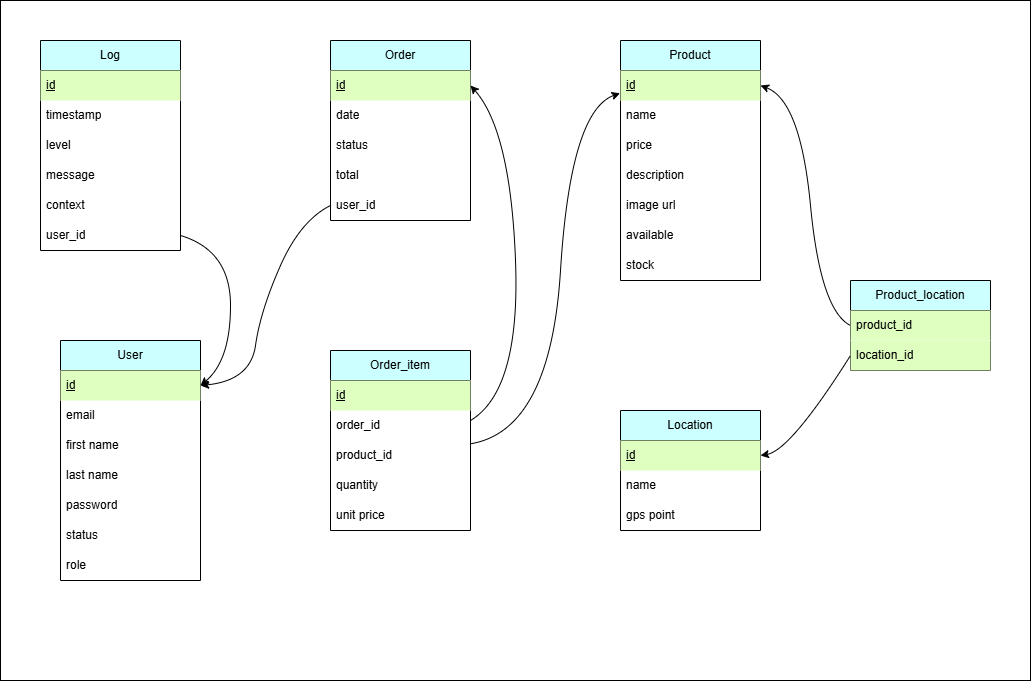
Above: documents/Apothéose/merise/mld/MLD_GreenRoots.drawio.png in Salyarket/GreenRoots-Conception (draw.io), before the change. Source tidied: cells renumbered, new cells last; positions are measured from the earlier drawing's top-left corner, leaving out a move shared by most shapes. Source of this version:
```xml
<mxGraphModel>
  <root>
    <mxCell id="0" />
    <mxCell id="1" parent="0" />
    <mxCell id="2" style="rounded=0;whiteSpace=wrap;html=1;" parent="1" vertex="1">
      <mxGeometry width="1030" height="680" as="geometry" />
    </mxCell>
    <mxCell id="3" value="User" style="swimlane;fontStyle=0;horizontal=1;startSize=30;whiteSpace=wrap;html=1;fillColor=#CCFFFF;" parent="1" vertex="1">
      <mxGeometry x="60" y="340" width="140" height="240" as="geometry" />
    </mxCell>
    <mxCell id="4" value="&lt;u&gt;id&lt;/u&gt;" style="text;strokeColor=none;fillColor=#DFFFC0;align=left;verticalAlign=middle;spacingLeft=4;spacingRight=4;overflow=hidden;points=[[0,0.5],[1,0.5]];portConstraint=eastwest;whiteSpace=wrap;html=1;" parent="3" vertex="1">
      <mxGeometry y="30" width="140" height="30" as="geometry" />
    </mxCell>
    <mxCell id="5" value="email" style="text;strokeColor=none;fillColor=none;align=left;verticalAlign=middle;spacingLeft=4;spacingRight=4;overflow=hidden;whiteSpace=wrap;html=1;" parent="3" vertex="1">
      <mxGeometry y="60" width="140" height="30" as="geometry" />
    </mxCell>
    <mxCell id="6" value="first name" style="text;strokeColor=none;fillColor=none;align=left;verticalAlign=middle;spacingLeft=4;spacingRight=4;overflow=hidden;whiteSpace=wrap;html=1;" parent="3" vertex="1">
      <mxGeometry y="90" width="140" height="30" as="geometry" />
    </mxCell>
    <mxCell id="7" value="last name" style="text;strokeColor=none;fillColor=none;align=left;verticalAlign=middle;spacingLeft=4;spacingRight=4;overflow=hidden;whiteSpace=wrap;html=1;" parent="3" vertex="1">
      <mxGeometry y="120" width="140" height="30" as="geometry" />
    </mxCell>
    <mxCell id="8" value="password" style="text;strokeColor=none;fillColor=none;align=left;verticalAlign=middle;spacingLeft=4;spacingRight=4;overflow=hidden;whiteSpace=wrap;html=1;" parent="3" vertex="1">
      <mxGeometry y="150" width="140" height="30" as="geometry" />
    </mxCell>
    <mxCell id="9" value="status" style="text;strokeColor=none;fillColor=none;align=left;verticalAlign=middle;spacingLeft=4;spacingRight=4;overflow=hidden;whiteSpace=wrap;html=1;" parent="3" vertex="1">
      <mxGeometry y="180" width="140" height="30" as="geometry" />
    </mxCell>
    <mxCell id="10" value="role" style="text;strokeColor=none;fillColor=none;align=left;verticalAlign=middle;spacingLeft=4;spacingRight=4;overflow=hidden;whiteSpace=wrap;html=1;" parent="3" vertex="1">
      <mxGeometry y="210" width="140" height="30" as="geometry" />
    </mxCell>
    <mxCell id="11" value="Product" style="swimlane;fontStyle=0;horizontal=1;startSize=30;whiteSpace=wrap;html=1;fillColor=#CCFFFF;" parent="1" vertex="1">
      <mxGeometry x="620" y="40" width="140" height="240" as="geometry" />
    </mxCell>
    <mxCell id="12" value="&lt;u&gt;id&lt;/u&gt;" style="text;strokeColor=none;fillColor=#DFFFC0;align=left;verticalAlign=middle;spacingLeft=4;spacingRight=4;overflow=hidden;points=[[0,0.5],[1,0.5]];portConstraint=eastwest;whiteSpace=wrap;html=1;" parent="11" vertex="1">
      <mxGeometry y="30" width="140" height="30" as="geometry" />
    </mxCell>
    <mxCell id="13" value="name" style="text;strokeColor=none;fillColor=none;align=left;verticalAlign=middle;spacingLeft=4;spacingRight=4;overflow=hidden;whiteSpace=wrap;html=1;" parent="11" vertex="1">
      <mxGeometry y="60" width="140" height="30" as="geometry" />
    </mxCell>
    <mxCell id="14" value="price" style="text;strokeColor=none;fillColor=none;align=left;verticalAlign=middle;spacingLeft=4;spacingRight=4;overflow=hidden;whiteSpace=wrap;html=1;" parent="11" vertex="1">
      <mxGeometry y="90" width="140" height="30" as="geometry" />
    </mxCell>
    <mxCell id="15" value="description" style="text;strokeColor=none;fillColor=none;align=left;verticalAlign=middle;spacingLeft=4;spacingRight=4;overflow=hidden;whiteSpace=wrap;html=1;" parent="11" vertex="1">
      <mxGeometry y="120" width="140" height="30" as="geometry" />
    </mxCell>
    <mxCell id="16" value="image url" style="text;strokeColor=none;fillColor=none;align=left;verticalAlign=middle;spacingLeft=4;spacingRight=4;overflow=hidden;whiteSpace=wrap;html=1;" parent="11" vertex="1">
      <mxGeometry y="150" width="140" height="30" as="geometry" />
    </mxCell>
    <mxCell id="17" value="available" style="text;strokeColor=none;fillColor=none;align=left;verticalAlign=middle;spacingLeft=4;spacingRight=4;overflow=hidden;whiteSpace=wrap;html=1;" parent="11" vertex="1">
      <mxGeometry y="180" width="140" height="30" as="geometry" />
    </mxCell>
    <mxCell id="18" value="stock" style="text;strokeColor=none;fillColor=none;align=left;verticalAlign=middle;spacingLeft=4;spacingRight=4;overflow=hidden;whiteSpace=wrap;html=1;" parent="11" vertex="1">
      <mxGeometry y="210" width="140" height="30" as="geometry" />
    </mxCell>
    <mxCell id="19" value="Location" style="swimlane;fontStyle=0;horizontal=1;startSize=30;whiteSpace=wrap;html=1;fillColor=#CCFFFF;" parent="1" vertex="1">
      <mxGeometry x="620" y="410" width="140" height="120" as="geometry" />
    </mxCell>
    <mxCell id="20" value="&lt;u&gt;id&lt;/u&gt;" style="text;strokeColor=none;fillColor=#DFFFC0;align=left;verticalAlign=middle;spacingLeft=4;spacingRight=4;overflow=hidden;points=[[0,0.5],[1,0.5]];portConstraint=eastwest;whiteSpace=wrap;html=1;" parent="19" vertex="1">
      <mxGeometry y="30" width="140" height="30" as="geometry" />
    </mxCell>
    <mxCell id="21" value="name" style="text;strokeColor=none;fillColor=none;align=left;verticalAlign=middle;spacingLeft=4;spacingRight=4;overflow=hidden;whiteSpace=wrap;html=1;" parent="19" vertex="1">
      <mxGeometry y="60" width="140" height="30" as="geometry" />
    </mxCell>
    <mxCell id="22" value="gps point" style="text;strokeColor=none;fillColor=none;align=left;verticalAlign=middle;spacingLeft=4;spacingRight=4;overflow=hidden;whiteSpace=wrap;html=1;" parent="19" vertex="1">
      <mxGeometry y="90" width="140" height="30" as="geometry" />
    </mxCell>
    <mxCell id="23" value="Order" style="swimlane;fontStyle=0;horizontal=1;startSize=30;whiteSpace=wrap;html=1;fillColor=#CCFFFF;" parent="1" vertex="1">
      <mxGeometry x="330" y="40" width="140" height="180" as="geometry" />
    </mxCell>
    <mxCell id="24" value="&lt;u&gt;id&lt;/u&gt;" style="text;strokeColor=none;fillColor=#DFFFC0;align=left;verticalAlign=middle;spacingLeft=4;spacingRight=4;overflow=hidden;points=[[0,0.5],[1,0.5]];portConstraint=eastwest;whiteSpace=wrap;html=1;" parent="23" vertex="1">
      <mxGeometry y="30" width="140" height="30" as="geometry" />
    </mxCell>
    <mxCell id="25" value="date" style="text;strokeColor=none;fillColor=none;align=left;verticalAlign=middle;spacingLeft=4;spacingRight=4;overflow=hidden;whiteSpace=wrap;html=1;" parent="23" vertex="1">
      <mxGeometry y="60" width="140" height="30" as="geometry" />
    </mxCell>
    <mxCell id="26" value="status" style="text;strokeColor=none;fillColor=none;align=left;verticalAlign=middle;spacingLeft=4;spacingRight=4;overflow=hidden;whiteSpace=wrap;html=1;" parent="23" vertex="1">
      <mxGeometry y="90" width="140" height="30" as="geometry" />
    </mxCell>
    <mxCell id="27" value="total" style="text;strokeColor=none;fillColor=none;align=left;verticalAlign=middle;spacingLeft=4;spacingRight=4;overflow=hidden;whiteSpace=wrap;html=1;" parent="23" vertex="1">
      <mxGeometry y="120" width="140" height="30" as="geometry" />
    </mxCell>
    <mxCell id="28" value="user_id" style="text;strokeColor=none;fillColor=none;align=left;verticalAlign=middle;spacingLeft=4;spacingRight=4;overflow=hidden;points=[[0,0.5],[1,0.5]];portConstraint=eastwest;whiteSpace=wrap;html=1;" parent="23" vertex="1">
      <mxGeometry y="150" width="140" height="30" as="geometry" />
    </mxCell>
    <mxCell id="29" value="Log" style="swimlane;fontStyle=0;horizontal=1;startSize=30;whiteSpace=wrap;html=1;fillColor=#CCFFFF;" parent="1" vertex="1">
      <mxGeometry x="40" y="40" width="140" height="210" as="geometry" />
    </mxCell>
    <mxCell id="30" value="&lt;u&gt;id&lt;/u&gt;" style="text;strokeColor=none;fillColor=#DFFFC0;align=left;verticalAlign=middle;spacingLeft=4;spacingRight=4;overflow=hidden;whiteSpace=wrap;html=1;" parent="29" vertex="1">
      <mxGeometry y="30" width="140" height="30" as="geometry" />
    </mxCell>
    <mxCell id="31" value="timestamp" style="text;strokeColor=none;fillColor=none;align=left;verticalAlign=middle;spacingLeft=4;spacingRight=4;overflow=hidden;whiteSpace=wrap;html=1;" parent="29" vertex="1">
      <mxGeometry y="60" width="140" height="30" as="geometry" />
    </mxCell>
    <mxCell id="32" value="level" style="text;strokeColor=none;fillColor=none;align=left;verticalAlign=middle;spacingLeft=4;spacingRight=4;overflow=hidden;whiteSpace=wrap;html=1;" parent="29" vertex="1">
      <mxGeometry y="90" width="140" height="30" as="geometry" />
    </mxCell>
    <mxCell id="33" value="message" style="text;strokeColor=none;fillColor=none;align=left;verticalAlign=middle;spacingLeft=4;spacingRight=4;overflow=hidden;whiteSpace=wrap;html=1;" parent="29" vertex="1">
      <mxGeometry y="120" width="140" height="30" as="geometry" />
    </mxCell>
    <mxCell id="34" value="context" style="text;strokeColor=none;fillColor=none;align=left;verticalAlign=middle;spacingLeft=4;spacingRight=4;overflow=hidden;whiteSpace=wrap;html=1;" parent="29" vertex="1">
      <mxGeometry y="150" width="140" height="30" as="geometry" />
    </mxCell>
    <mxCell id="35" value="user_id" style="text;strokeColor=none;fillColor=none;align=left;verticalAlign=middle;spacingLeft=4;spacingRight=4;overflow=hidden;points=[[0,0.5],[1,0.5]];portConstraint=eastwest;whiteSpace=wrap;html=1;" parent="29" vertex="1">
      <mxGeometry y="180" width="140" height="30" as="geometry" />
    </mxCell>
    <mxCell id="36" value="Order_item" style="swimlane;fontStyle=0;horizontal=1;startSize=30;whiteSpace=wrap;html=1;fillColor=#CCFFFF;" parent="1" vertex="1">
      <mxGeometry x="330" y="350" width="140" height="180" as="geometry" />
    </mxCell>
    <mxCell id="37" value="&lt;u&gt;id&lt;/u&gt;" style="text;strokeColor=none;fillColor=#DFFFC0;align=left;verticalAlign=middle;spacingLeft=4;spacingRight=4;overflow=hidden;whiteSpace=wrap;html=1;" parent="36" vertex="1">
      <mxGeometry y="30" width="140" height="30" as="geometry" />
    </mxCell>
    <mxCell id="38" value="order_id" style="text;strokeColor=none;fillColor=none;align=left;verticalAlign=middle;spacingLeft=4;spacingRight=4;overflow=hidden;whiteSpace=wrap;html=1;" parent="36" vertex="1">
      <mxGeometry y="60" width="140" height="30" as="geometry" />
    </mxCell>
    <mxCell id="39" value="product_id" style="text;strokeColor=none;fillColor=none;align=left;verticalAlign=middle;spacingLeft=4;spacingRight=4;overflow=hidden;points=[[0,0.5],[1,0.5]];portConstraint=eastwest;whiteSpace=wrap;html=1;" parent="36" vertex="1">
      <mxGeometry y="90" width="140" height="30" as="geometry" />
    </mxCell>
    <mxCell id="40" value="quantity" style="text;strokeColor=none;fillColor=none;align=left;verticalAlign=middle;spacingLeft=4;spacingRight=4;overflow=hidden;whiteSpace=wrap;html=1;" parent="36" vertex="1">
      <mxGeometry y="120" width="140" height="30" as="geometry" />
    </mxCell>
    <mxCell id="41" value="unit price" style="text;strokeColor=none;fillColor=none;align=left;verticalAlign=middle;spacingLeft=4;spacingRight=4;overflow=hidden;whiteSpace=wrap;html=1;" parent="36" vertex="1">
      <mxGeometry y="150" width="140" height="30" as="geometry" />
    </mxCell>
    <mxCell id="42" value="Product_location" style="swimlane;fontStyle=0;horizontal=1;startSize=30;whiteSpace=wrap;html=1;fillColor=#CCFFFF;" parent="1" vertex="1">
      <mxGeometry x="850" y="280" width="140" height="90" as="geometry" />
    </mxCell>
    <mxCell id="43" value="product_id" style="text;strokeColor=none;fillColor=#DFFFC0;align=left;verticalAlign=middle;spacingLeft=4;spacingRight=4;overflow=hidden;points=[[0,0.5],[1,0.5]];portConstraint=eastwest;whiteSpace=wrap;html=1;" parent="42" vertex="1">
      <mxGeometry y="30" width="140" height="30" as="geometry" />
    </mxCell>
    <mxCell id="44" value="location_id" style="text;strokeColor=none;fillColor=#DFFFC0;align=left;verticalAlign=middle;spacingLeft=4;spacingRight=4;overflow=hidden;points=[[0,0.5],[1,0.5]];portConstraint=eastwest;whiteSpace=wrap;html=1;" parent="42" vertex="1">
      <mxGeometry y="60" width="140" height="30" as="geometry" />
    </mxCell>
    <mxCell id="45" style="curved=1;endArrow=classic;html=1;rounded=0;exitX=1.001;exitY=0.109;exitDx=0;exitDy=0;exitPerimeter=0;entryX=-0.003;entryY=0.758;entryDx=0;entryDy=0;entryPerimeter=0;" parent="1" edge="1" source="39" target="12">
      <mxGeometry relative="1" as="geometry">
        <Array as="points">
          <mxPoint x="550" y="430" />
          <mxPoint x="570" y="110" />
        </Array>
      </mxGeometry>
    </mxCell>
    <mxCell id="46" style="curved=1;endArrow=classic;html=1;rounded=0;entryX=1;entryY=0.5;entryDx=0;entryDy=0;" parent="1" edge="1" target="24">
      <mxGeometry relative="1" as="geometry">
        <mxPoint x="470" y="420" as="sourcePoint" />
        <Array as="points">
          <mxPoint x="520" y="390" />
          <mxPoint x="510" y="130" />
        </Array>
      </mxGeometry>
    </mxCell>
    <mxCell id="47" style="curved=1;endArrow=classic;html=1;rounded=0;exitX=0;exitY=0.5;exitDx=0;exitDy=0;entryX=1;entryY=0.5;entryDx=0;entryDy=0;" parent="1" edge="1" source="43" target="12">
      <mxGeometry relative="1" as="geometry">
        <Array as="points">
          <mxPoint x="820" y="310" />
          <mxPoint x="800" y="100" />
        </Array>
      </mxGeometry>
    </mxCell>
    <mxCell id="48" style="curved=1;endArrow=classic;html=1;rounded=0;exitX=0;exitY=0.5;exitDx=0;exitDy=0;entryX=1;entryY=0.5;entryDx=0;entryDy=0;" parent="1" edge="1" source="44" target="20">
      <mxGeometry relative="1" as="geometry">
        <Array as="points">
          <mxPoint x="790" y="450" />
        </Array>
      </mxGeometry>
    </mxCell>
    <mxCell id="49" style="curved=1;endArrow=classic;html=1;rounded=0;exitX=0;exitY=0.5;exitDx=0;exitDy=0;entryX=1;entryY=0.5;entryDx=0;entryDy=0;" parent="1" edge="1" source="28" target="4">
      <mxGeometry relative="1" as="geometry">
        <Array as="points">
          <mxPoint x="300" y="220" />
          <mxPoint x="260" y="310" />
          <mxPoint x="250" y="380" />
        </Array>
      </mxGeometry>
    </mxCell>
    <mxCell id="50" style="curved=1;endArrow=classic;html=1;rounded=0;exitX=1;exitY=0.5;exitDx=0;exitDy=0;entryX=1;entryY=0.5;entryDx=0;entryDy=0;" parent="1" edge="1" source="35" target="4">
      <mxGeometry relative="1" as="geometry">
        <Array as="points">
          <mxPoint x="230" y="250" />
          <mxPoint x="230" y="360" />
        </Array>
      </mxGeometry>
    </mxCell>
  </root>
</mxGraphModel>
```
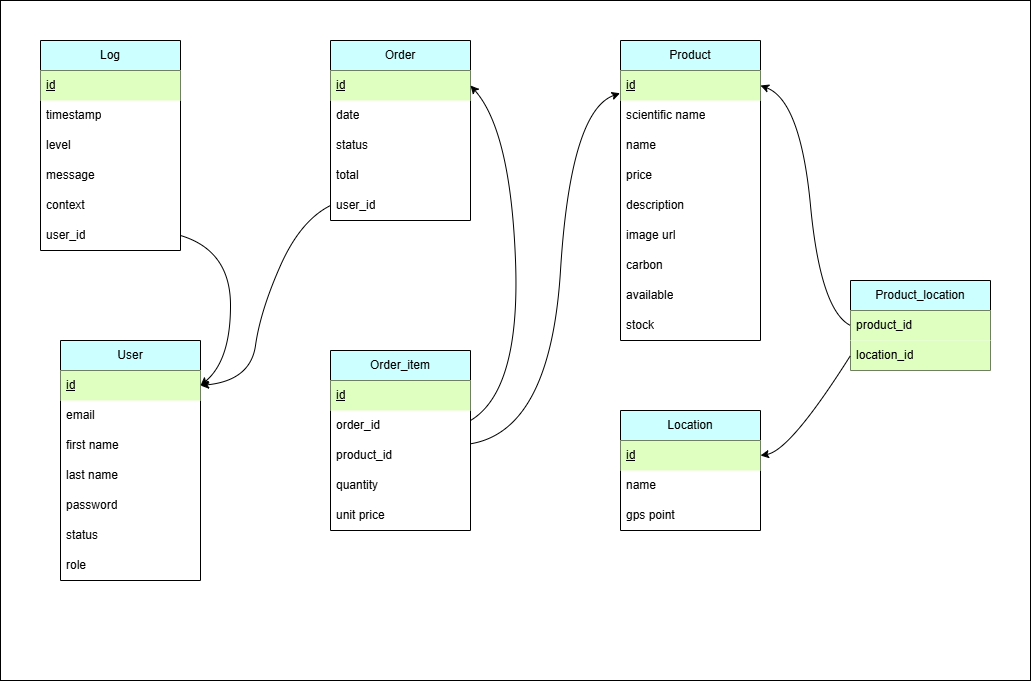
The same file after the commit.

Change to the diagram source:
```diff
@@ -30,28 +30,34 @@
       <mxGeometry y="210" width="140" height="30" as="geometry" />
     </mxCell>
     <mxCell id="11" value="Product" style="swimlane;fontStyle=0;horizontal=1;startSize=30;whiteSpace=wrap;html=1;fillColor=#CCFFFF;" parent="1" vertex="1">
-      <mxGeometry x="620" y="40" width="140" height="240" as="geometry" />
+      <mxGeometry x="620" y="40" width="140" height="300" as="geometry" />
     </mxCell>
     <mxCell id="12" value="&lt;u&gt;id&lt;/u&gt;" style="text;strokeColor=none;fillColor=#DFFFC0;align=left;verticalAlign=middle;spacingLeft=4;spacingRight=4;overflow=hidden;points=[[0,0.5],[1,0.5]];portConstraint=eastwest;whiteSpace=wrap;html=1;" parent="11" vertex="1">
       <mxGeometry y="30" width="140" height="30" as="geometry" />
     </mxCell>
+    <mxCell id="51" value="scientific name" style="text;strokeColor=none;fillColor=none;align=left;verticalAlign=middle;spacingLeft=4;spacingRight=4;overflow=hidden;whiteSpace=wrap;html=1;" parent="11" vertex="1">
+      <mxGeometry y="60" width="140" height="30" as="geometry" />
+    </mxCell>
     <mxCell id="13" value="name" style="text;strokeColor=none;fillColor=none;align=left;verticalAlign=middle;spacingLeft=4;spacingRight=4;overflow=hidden;whiteSpace=wrap;html=1;" parent="11" vertex="1">
-      <mxGeometry y="60" width="140" height="30" as="geometry" />
+      <mxGeometry y="90" width="140" height="30" as="geometry" />
     </mxCell>
     <mxCell id="14" value="price" style="text;strokeColor=none;fillColor=none;align=left;verticalAlign=middle;spacingLeft=4;spacingRight=4;overflow=hidden;whiteSpace=wrap;html=1;" parent="11" vertex="1">
-      <mxGeometry y="90" width="140" height="30" as="geometry" />
+      <mxGeometry y="120" width="140" height="30" as="geometry" />
     </mxCell>
     <mxCell id="15" value="description" style="text;strokeColor=none;fillColor=none;align=left;verticalAlign=middle;spacingLeft=4;spacingRight=4;overflow=hidden;whiteSpace=wrap;html=1;" parent="11" vertex="1">
-      <mxGeometry y="120" width="140" height="30" as="geometry" />
+      <mxGeometry y="150" width="140" height="30" as="geometry" />
     </mxCell>
     <mxCell id="16" value="image url" style="text;strokeColor=none;fillColor=none;align=left;verticalAlign=middle;spacingLeft=4;spacingRight=4;overflow=hidden;whiteSpace=wrap;html=1;" parent="11" vertex="1">
-      <mxGeometry y="150" width="140" height="30" as="geometry" />
+      <mxGeometry y="180" width="140" height="30" as="geometry" />
     </mxCell>
+    <mxCell id="52" value="carbon" style="text;strokeColor=none;fillColor=none;align=left;verticalAlign=middle;spacingLeft=4;spacingRight=4;overflow=hidden;whiteSpace=wrap;html=1;" parent="11" vertex="1">
+      <mxGeometry y="210" width="140" height="30" as="geometry" />
+    </mxCell>
     <mxCell id="17" value="available" style="text;strokeColor=none;fillColor=none;align=left;verticalAlign=middle;spacingLeft=4;spacingRight=4;overflow=hidden;whiteSpace=wrap;html=1;" parent="11" vertex="1">
-      <mxGeometry y="180" width="140" height="30" as="geometry" />
+      <mxGeometry y="240" width="140" height="30" as="geometry" />
     </mxCell>
     <mxCell id="18" value="stock" style="text;strokeColor=none;fillColor=none;align=left;verticalAlign=middle;spacingLeft=4;spacingRight=4;overflow=hidden;whiteSpace=wrap;html=1;" parent="11" vertex="1">
-      <mxGeometry y="210" width="140" height="30" as="geometry" />
+      <mxGeometry y="270" width="140" height="30" as="geometry" />
     </mxCell>
     <mxCell id="19" value="Location" style="swimlane;fontStyle=0;horizontal=1;startSize=30;whiteSpace=wrap;html=1;fillColor=#CCFFFF;" parent="1" vertex="1">
       <mxGeometry x="620" y="410" width="140" height="120" as="geometry" />
```
